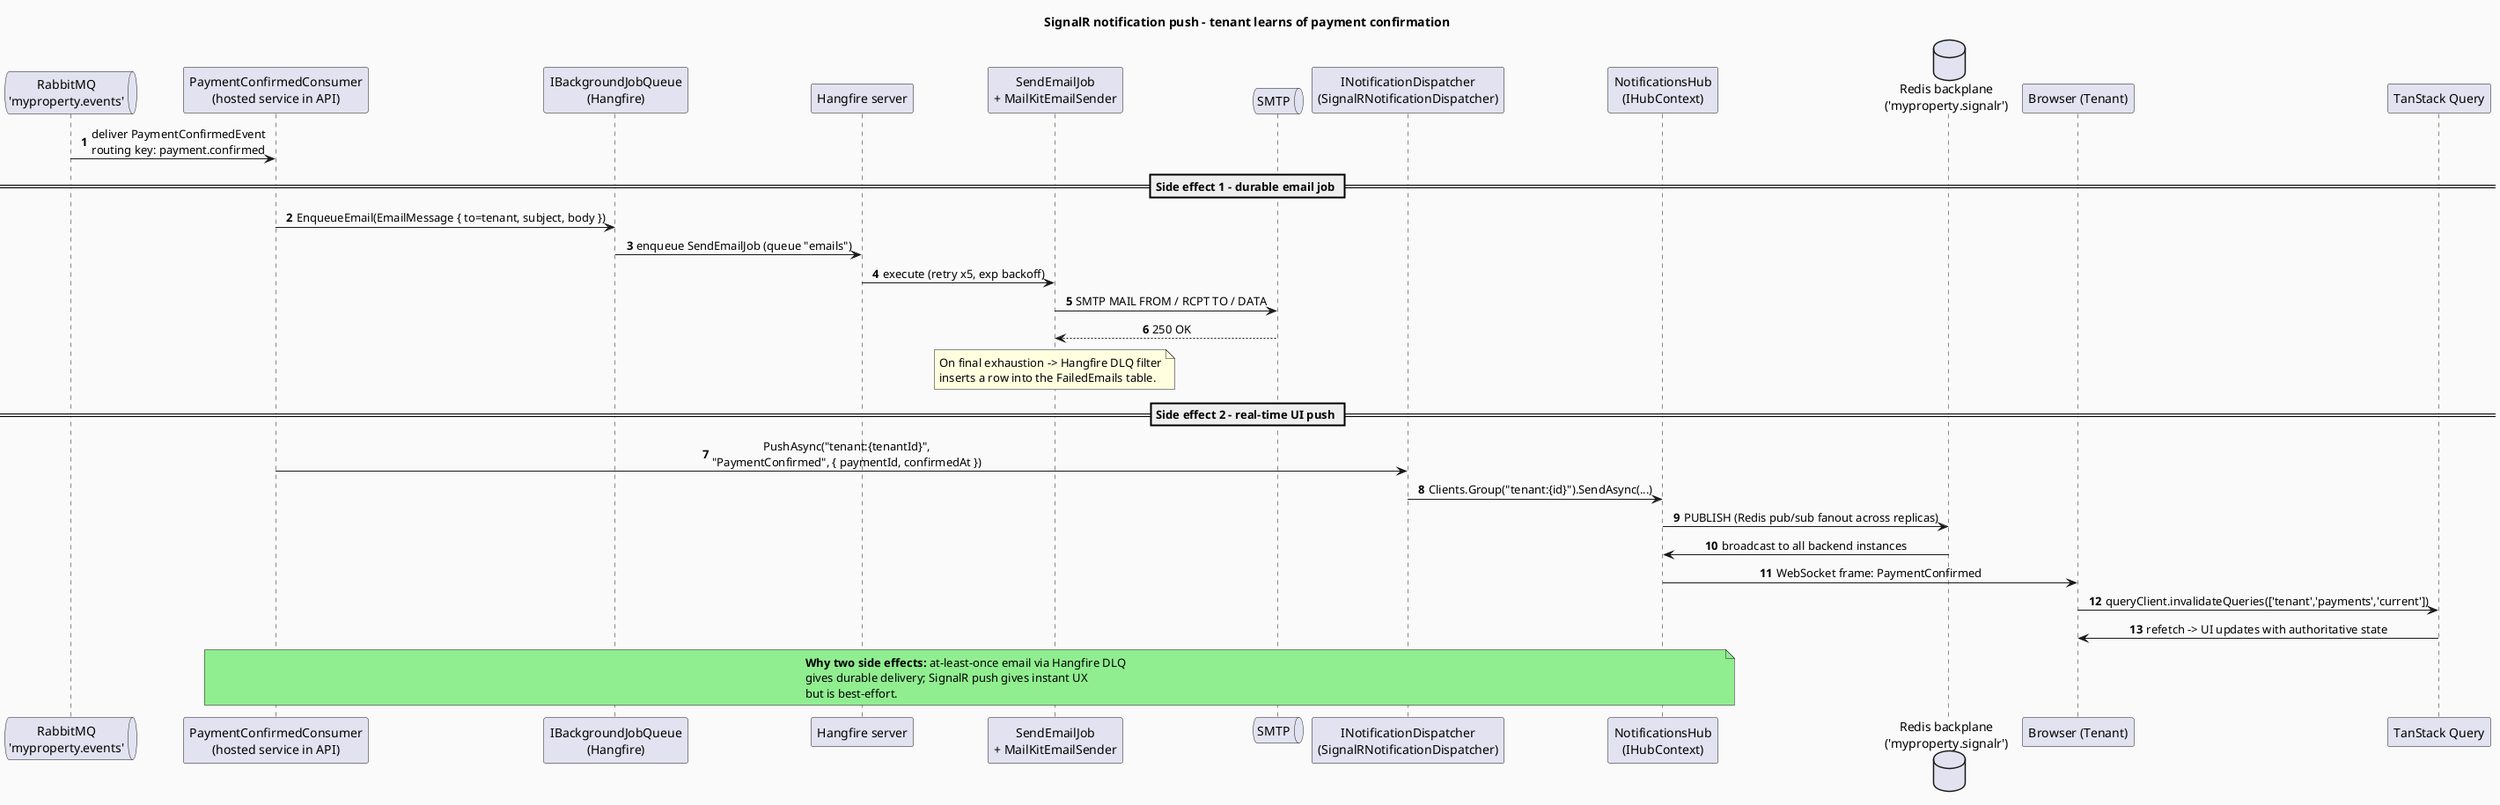
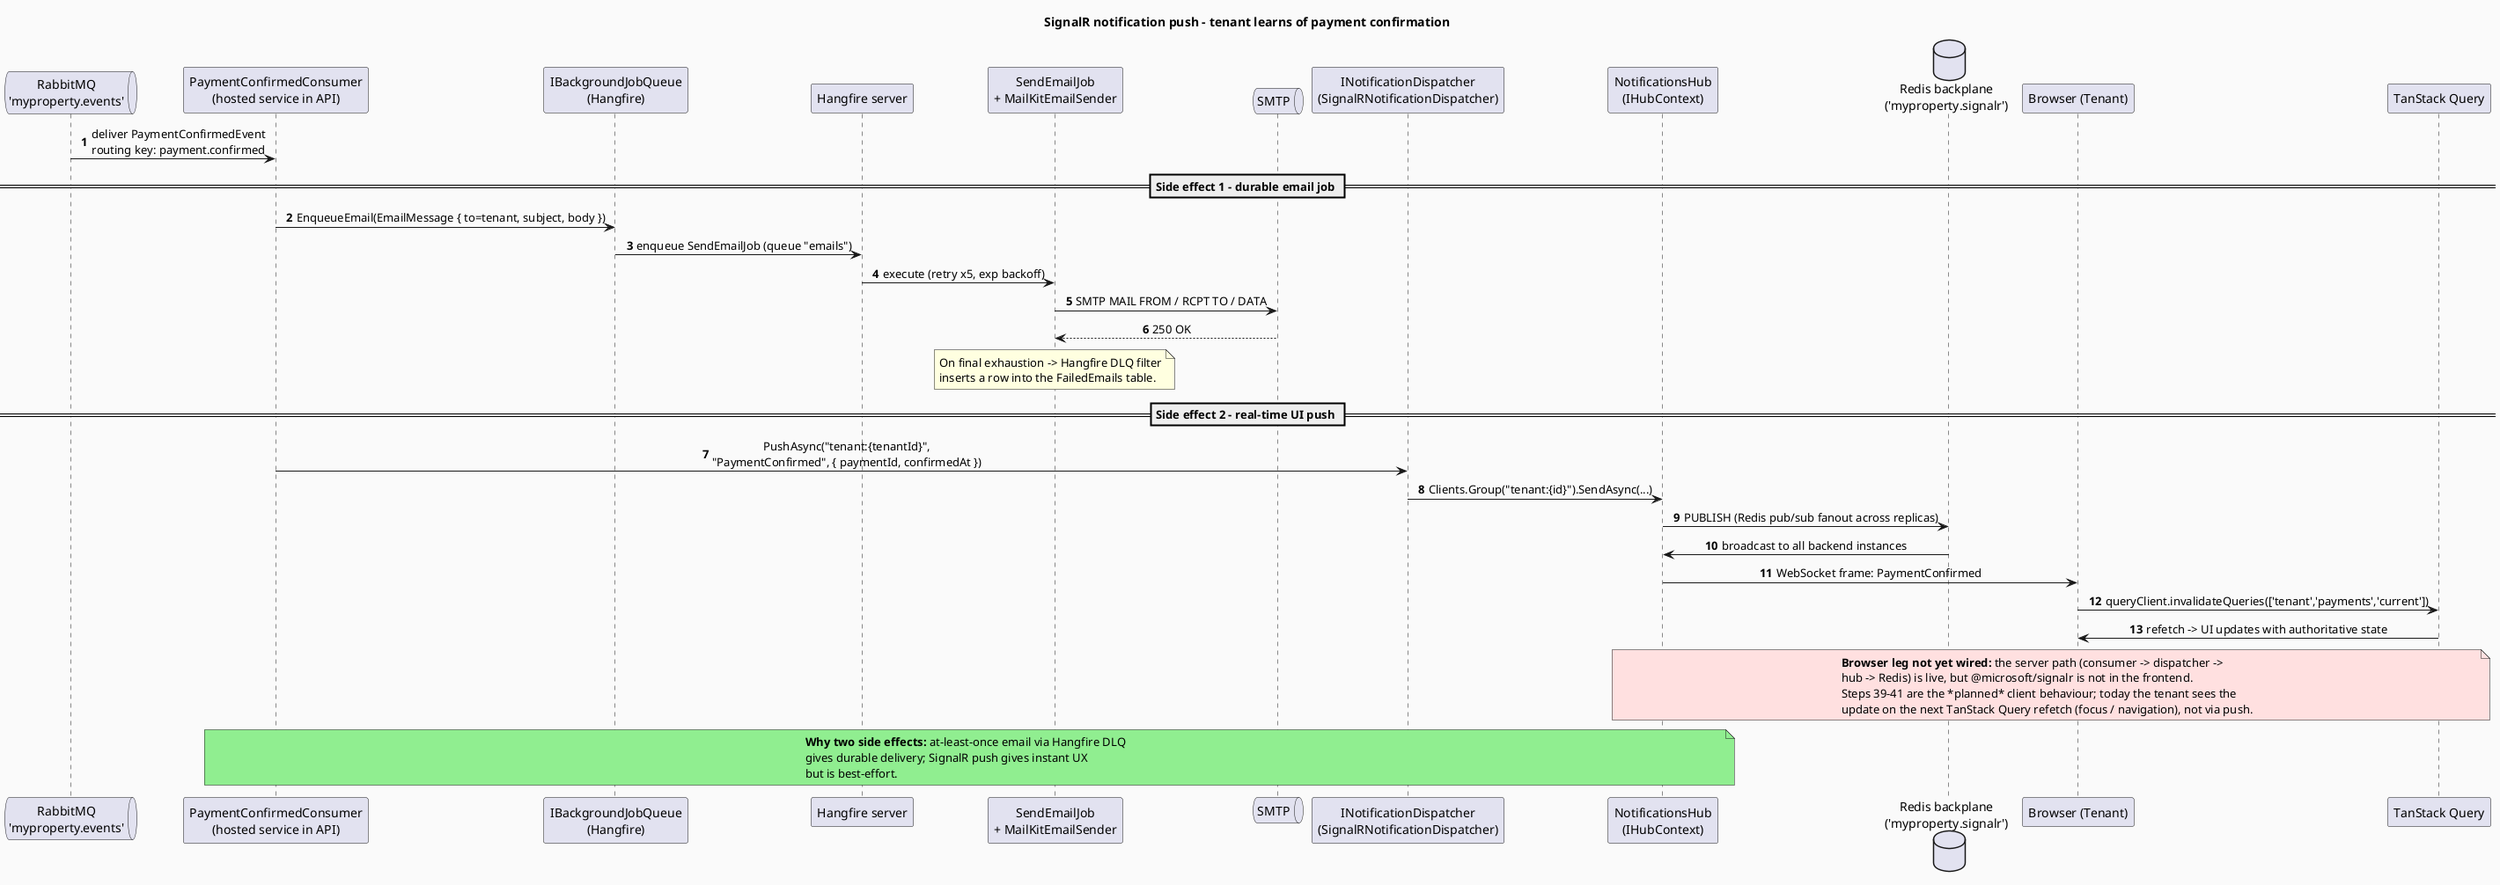
@startuml
title SignalR notification push - tenant learns of payment confirmation

skinparam BackgroundColor #FAFAFA
skinparam sequenceMessageAlign center

queue       "RabbitMQ\n'myproperty.events'"  as mq
participant "PaymentConfirmedConsumer\n(hosted service in API)" as consumer
participant "IBackgroundJobQueue\n(Hangfire)"                  as jobq
participant "Hangfire server"                                  as hf
participant "SendEmailJob\n+ MailKitEmailSender"              as emailjob
queue       "SMTP"                                             as smtp
participant "INotificationDispatcher\n(SignalRNotificationDispatcher)" as dispatcher
participant "NotificationsHub\n(IHubContext)"                  as hub
database    "Redis backplane\n('myproperty.signalr')"          as redis
participant "Browser (Tenant)"                                 as browser
participant "TanStack Query"                                   as tq

autonumber

mq -> consumer: deliver PaymentConfirmedEvent\nrouting key: payment.confirmed

== Side effect 1 - durable email job ==
consumer -> jobq: EnqueueEmail(EmailMessage { to=tenant, subject, body })
jobq -> hf: enqueue SendEmailJob (queue "emails")
hf -> emailjob: execute (retry x5, exp backoff)
emailjob -> smtp: SMTP MAIL FROM / RCPT TO / DATA
smtp --> emailjob: 250 OK
note over emailjob #LightYellow
On final exhaustion -> Hangfire DLQ filter
inserts a row into the FailedEmails table.
end note

== Side effect 2 - real-time UI push ==
consumer -> dispatcher: PushAsync("tenant:{tenantId}",\n"PaymentConfirmed", { paymentId, confirmedAt })
dispatcher -> hub: Clients.Group("tenant:{id}").SendAsync(...)
hub -> redis: PUBLISH (Redis pub/sub fanout across replicas)
redis -> hub: broadcast to all backend instances
hub -> browser: WebSocket frame: PaymentConfirmed
browser -> tq: queryClient.invalidateQueries(['tenant','payments','current'])
tq -> browser: refetch -> UI updates with authoritative state

+ note over hub, tq #FFE0E0
+ **Browser leg not yet wired:** the server path (consumer -> dispatcher ->
+ hub -> Redis) is live, but @microsoft/signalr is not in the frontend.
+ Steps 39-41 are the *planned* client behaviour; today the tenant sees the
+ update on the next TanStack Query refetch (focus / navigation), not via push.
+ end note
+ 
note over consumer, hub #LightGreen
**Why two side effects:** at-least-once email via Hangfire DLQ
gives durable delivery; SignalR push gives instant UX
but is best-effort.
end note

@enduml
